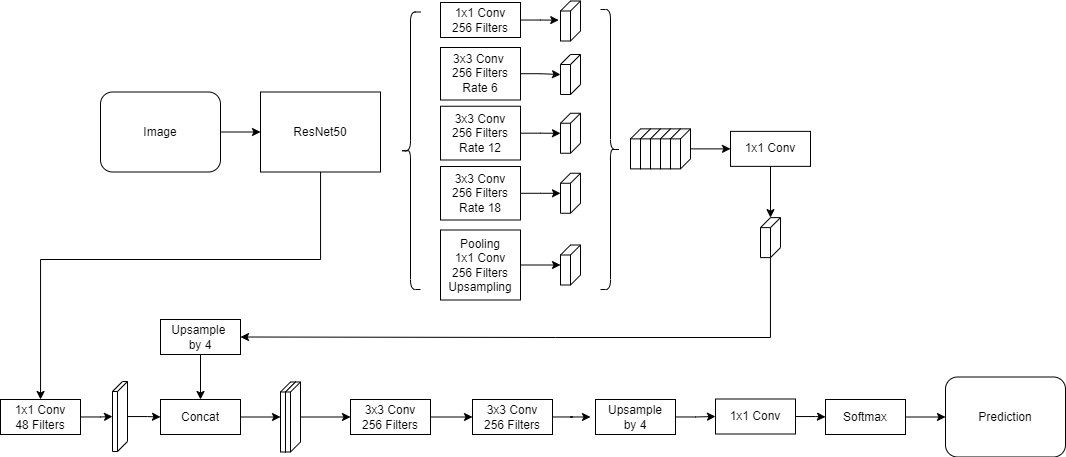
Earlier version of the draw.io export assets/images/NEXTPAGE/ARSI-128.png (realdanielalexander/semantic-segmentation). Source tidied: cells renumbered, new cells last; positions are measured from the earlier drawing's top-left corner, leaving out a move shared by most shapes. Source of this version:
```xml
<mxGraphModel>
  <root>
    <mxCell id="0" />
    <mxCell id="1" parent="0" />
    <mxCell id="2" style="edgeStyle=orthogonalEdgeStyle;rounded=0;jettySize=auto;html=1;" parent="1" edge="1" source="3" target="5">
      <mxGeometry relative="1" as="geometry" />
    </mxCell>
    <mxCell id="3" value="Image" style="rounded=1;whiteSpace=wrap;html=1;" parent="1" vertex="1">
      <mxGeometry x="100" y="90.5" width="120" height="80" as="geometry" />
    </mxCell>
    <mxCell id="4" style="edgeStyle=orthogonalEdgeStyle;rounded=0;jettySize=auto;html=1;" parent="1" edge="1" source="5" target="32">
      <mxGeometry relative="1" as="geometry">
        <Array as="points">
          <mxPoint x="320" y="258" />
          <mxPoint x="40" y="258" />
        </Array>
      </mxGeometry>
    </mxCell>
    <mxCell id="5" value="ResNet50" style="rounded=0;whiteSpace=wrap;html=1;" parent="1" vertex="1">
      <mxGeometry x="260" y="90.5" width="120" height="80" as="geometry" />
    </mxCell>
    <mxCell id="6" style="edgeStyle=orthogonalEdgeStyle;rounded=0;jettySize=auto;html=1;entryX=0.479;entryY=1.089;entryDx=0;entryDy=0;entryPerimeter=0;" parent="1" edge="1" source="7" target="17">
      <mxGeometry relative="1" as="geometry" />
    </mxCell>
    <mxCell id="7" value="1x1 Conv&lt;br&gt;256 Filters" style="rounded=0;whiteSpace=wrap;html=1;" parent="1" vertex="1">
      <mxGeometry x="440" y="1" width="80" height="35" as="geometry" />
    </mxCell>
    <mxCell id="8" style="edgeStyle=orthogonalEdgeStyle;rounded=0;jettySize=auto;html=1;" parent="1" edge="1" source="9" target="18">
      <mxGeometry relative="1" as="geometry" />
    </mxCell>
    <mxCell id="9" value="3x3 Conv &lt;br&gt;256 Filters&lt;br&gt;Rate 6" style="rounded=0;whiteSpace=wrap;html=1;" parent="1" vertex="1">
      <mxGeometry x="440" y="46" width="80" height="52.5" as="geometry" />
    </mxCell>
    <mxCell id="10" style="edgeStyle=orthogonalEdgeStyle;rounded=0;jettySize=auto;html=1;" parent="1" edge="1" source="11" target="19">
      <mxGeometry relative="1" as="geometry" />
    </mxCell>
    <mxCell id="11" value="3x3 Conv&lt;br&gt;256 Filters&lt;br&gt;Rate 12" style="rounded=0;whiteSpace=wrap;html=1;" parent="1" vertex="1">
      <mxGeometry x="440" y="104.8" width="80" height="53.8" as="geometry" />
    </mxCell>
    <mxCell id="12" style="edgeStyle=orthogonalEdgeStyle;rounded=0;jettySize=auto;html=1;" parent="1" edge="1" source="13" target="20">
      <mxGeometry relative="1" as="geometry" />
    </mxCell>
    <mxCell id="13" value="3x3 Conv&lt;br&gt;256 Filters&lt;br&gt;Rate 18" style="rounded=0;whiteSpace=wrap;html=1;" parent="1" vertex="1">
      <mxGeometry x="440" y="165" width="80" height="53.5" as="geometry" />
    </mxCell>
    <mxCell id="14" style="edgeStyle=orthogonalEdgeStyle;rounded=0;jettySize=auto;html=1;" parent="1" edge="1" source="15" target="21">
      <mxGeometry relative="1" as="geometry" />
    </mxCell>
    <mxCell id="15" value="Pooling&lt;br&gt;1x1 Conv&lt;br&gt;256 Filters&lt;br&gt;Upsampling" style="rounded=0;whiteSpace=wrap;html=1;" parent="1" vertex="1">
      <mxGeometry x="440" y="228.5" width="80" height="70" as="geometry" />
    </mxCell>
    <mxCell id="16" style="shape=curlyBracket;whiteSpace=wrap;html=1;rounded=1;" parent="1" vertex="1">
      <mxGeometry x="400" y="10.5" width="20" height="277.5" as="geometry" />
    </mxCell>
    <mxCell id="17" style="verticalAlign=top;align=left;spacingTop=8;spacingLeft=2;spacingRight=12;shape=cube;size=10;direction=south;fontStyle=4;html=1;" parent="1" vertex="1">
      <mxGeometry x="560" y="-0.5" width="20" height="40" as="geometry" />
    </mxCell>
    <mxCell id="18" style="verticalAlign=top;align=left;spacingTop=8;spacingLeft=2;spacingRight=12;shape=cube;size=10;direction=south;fontStyle=4;html=1;" parent="1" vertex="1">
      <mxGeometry x="560" y="53" width="20" height="40" as="geometry" />
    </mxCell>
    <mxCell id="19" style="verticalAlign=top;align=left;spacingTop=8;spacingLeft=2;spacingRight=12;shape=cube;size=10;direction=south;fontStyle=4;html=1;" parent="1" vertex="1">
      <mxGeometry x="560" y="111.8" width="20" height="40" as="geometry" />
    </mxCell>
    <mxCell id="20" style="verticalAlign=top;align=left;spacingTop=8;spacingLeft=2;spacingRight=12;shape=cube;size=10;direction=south;fontStyle=4;html=1;" parent="1" vertex="1">
      <mxGeometry x="560" y="171.8" width="20" height="40" as="geometry" />
    </mxCell>
    <mxCell id="21" style="verticalAlign=top;align=left;spacingTop=8;spacingLeft=2;spacingRight=12;shape=cube;size=10;direction=south;fontStyle=4;html=1;" parent="1" vertex="1">
      <mxGeometry x="560" y="243.5" width="20" height="40" as="geometry" />
    </mxCell>
    <mxCell id="22" style="verticalAlign=top;align=left;spacingTop=8;spacingLeft=2;spacingRight=12;shape=cube;size=10;direction=south;fontStyle=4;html=1;" parent="1" vertex="1">
      <mxGeometry x="630" y="127.4" width="20" height="40" as="geometry" />
    </mxCell>
    <mxCell id="23" style="verticalAlign=top;align=left;spacingTop=8;spacingLeft=2;spacingRight=12;shape=cube;size=10;direction=south;fontStyle=4;html=1;labelBackgroundColor=default;" parent="1" vertex="1">
      <mxGeometry x="640" y="127.4" width="20" height="40" as="geometry" />
    </mxCell>
    <mxCell id="24" style="verticalAlign=top;align=left;spacingTop=8;spacingLeft=2;spacingRight=12;shape=cube;size=10;direction=south;fontStyle=4;html=1;" parent="1" vertex="1">
      <mxGeometry x="650" y="127.4" width="20" height="40" as="geometry" />
    </mxCell>
    <mxCell id="25" style="verticalAlign=top;align=left;spacingTop=8;spacingLeft=2;spacingRight=12;shape=cube;size=10;direction=south;fontStyle=4;html=1;" parent="1" vertex="1">
      <mxGeometry x="660" y="127.4" width="20" height="40" as="geometry" />
    </mxCell>
    <mxCell id="26" style="edgeStyle=orthogonalEdgeStyle;rounded=0;jettySize=auto;html=1;" parent="1" edge="1" source="27" target="30">
      <mxGeometry relative="1" as="geometry" />
    </mxCell>
    <mxCell id="27" style="verticalAlign=top;align=left;spacingTop=8;spacingLeft=2;spacingRight=12;shape=cube;size=10;direction=south;fontStyle=4;html=1;" parent="1" vertex="1">
      <mxGeometry x="670" y="127.4" width="20" height="40" as="geometry" />
    </mxCell>
    <mxCell id="28" style="shape=curlyBracket;whiteSpace=wrap;html=1;rounded=1;flipH=1;labelBackgroundColor=none;labelBorderColor=none;" parent="1" vertex="1">
      <mxGeometry x="600" y="8" width="20" height="280" as="geometry" />
    </mxCell>
    <mxCell id="29" style="edgeStyle=orthogonalEdgeStyle;rounded=0;jettySize=auto;html=1;" parent="1" edge="1" source="30" target="36">
      <mxGeometry relative="1" as="geometry" />
    </mxCell>
    <mxCell id="30" value="1x1 Conv" style="rounded=0;whiteSpace=wrap;html=1;" parent="1" vertex="1">
      <mxGeometry x="730" y="129.9" width="80" height="35" as="geometry" />
    </mxCell>
    <mxCell id="31" style="edgeStyle=orthogonalEdgeStyle;rounded=0;jettySize=auto;html=1;" parent="1" edge="1" source="32" target="34">
      <mxGeometry relative="1" as="geometry" />
    </mxCell>
    <mxCell id="32" value="1x1 Conv&lt;br&gt;48 Filters" style="rounded=0;whiteSpace=wrap;html=1;" parent="1" vertex="1">
      <mxGeometry y="398" width="80" height="35" as="geometry" />
    </mxCell>
    <mxCell id="33" style="edgeStyle=orthogonalEdgeStyle;rounded=0;jettySize=auto;html=1;" parent="1" edge="1" source="34" target="40">
      <mxGeometry relative="1" as="geometry" />
    </mxCell>
    <mxCell id="34" style="verticalAlign=top;align=left;spacingTop=8;spacingLeft=2;spacingRight=12;shape=cube;size=10;direction=south;fontStyle=4;html=1;" parent="1" vertex="1">
      <mxGeometry x="112" y="380" width="15" height="70" as="geometry" />
    </mxCell>
    <mxCell id="35" style="edgeStyle=orthogonalEdgeStyle;rounded=0;jettySize=auto;html=1;entryX=1;entryY=0.5;entryDx=0;entryDy=0;" parent="1" edge="1" source="36" target="38">
      <mxGeometry relative="1" as="geometry">
        <Array as="points">
          <mxPoint x="770" y="336" />
          <mxPoint x="555" y="336" />
        </Array>
      </mxGeometry>
    </mxCell>
    <mxCell id="36" style="verticalAlign=top;align=left;spacingTop=8;spacingLeft=2;spacingRight=12;shape=cube;size=10;direction=south;fontStyle=4;html=1;" parent="1" vertex="1">
      <mxGeometry x="760" y="216.1" width="20" height="40" as="geometry" />
    </mxCell>
    <mxCell id="37" style="edgeStyle=orthogonalEdgeStyle;rounded=0;jettySize=auto;html=1;entryX=0.5;entryY=0;entryDx=0;entryDy=0;" parent="1" edge="1" source="38" target="40">
      <mxGeometry relative="1" as="geometry" />
    </mxCell>
    <mxCell id="38" value="Upsample &lt;br&gt;by 4" style="rounded=0;whiteSpace=wrap;html=1;" parent="1" vertex="1">
      <mxGeometry x="160" y="318" width="80" height="35" as="geometry" />
    </mxCell>
    <mxCell id="39" style="edgeStyle=orthogonalEdgeStyle;rounded=0;jettySize=auto;html=1;" parent="1" edge="1" source="40" target="41">
      <mxGeometry relative="1" as="geometry" />
    </mxCell>
    <mxCell id="40" value="Concat" style="rounded=0;whiteSpace=wrap;html=1;" parent="1" vertex="1">
      <mxGeometry x="160" y="398" width="80" height="35" as="geometry" />
    </mxCell>
    <mxCell id="41" style="verticalAlign=top;align=left;spacingTop=8;spacingLeft=2;spacingRight=12;shape=cube;size=10;direction=south;fontStyle=4;html=1;" parent="1" vertex="1">
      <mxGeometry x="280" y="380.5" width="15" height="70" as="geometry" />
    </mxCell>
    <mxCell id="42" style="edgeStyle=orthogonalEdgeStyle;rounded=0;jettySize=auto;html=1;" parent="1" edge="1" source="43" target="45">
      <mxGeometry relative="1" as="geometry" />
    </mxCell>
    <mxCell id="43" style="verticalAlign=top;align=left;spacingTop=8;spacingLeft=2;spacingRight=12;shape=cube;size=10;direction=south;fontStyle=4;html=1;" parent="1" vertex="1">
      <mxGeometry x="285" y="380.5" width="15" height="70" as="geometry" />
    </mxCell>
    <mxCell id="44" style="edgeStyle=orthogonalEdgeStyle;rounded=0;jettySize=auto;html=1;" parent="1" edge="1" source="45" target="54">
      <mxGeometry relative="1" as="geometry" />
    </mxCell>
    <mxCell id="45" value="3x3 Conv&lt;br&gt;256 Filters" style="rounded=0;whiteSpace=wrap;html=1;" parent="1" vertex="1">
      <mxGeometry x="350" y="398" width="80" height="35" as="geometry" />
    </mxCell>
    <mxCell id="46" style="edgeStyle=orthogonalEdgeStyle;rounded=0;jettySize=auto;html=1;" parent="1" edge="1" source="47">
      <mxGeometry relative="1" as="geometry">
        <mxPoint x="715" y="415" as="targetPoint" />
      </mxGeometry>
    </mxCell>
    <mxCell id="47" value="Upsample&lt;br&gt;by 4" style="rounded=0;whiteSpace=wrap;html=1;" parent="1" vertex="1">
      <mxGeometry x="595" y="398" width="80" height="35" as="geometry" />
    </mxCell>
    <mxCell id="48" style="edgeStyle=orthogonalEdgeStyle;rounded=0;jettySize=auto;html=1;" parent="1" edge="1" source="49" target="51">
      <mxGeometry relative="1" as="geometry" />
    </mxCell>
    <mxCell id="49" value="1x1 Conv" style="rounded=0;whiteSpace=wrap;html=1;" parent="1" vertex="1">
      <mxGeometry x="715" y="397.5" width="80" height="35" as="geometry" />
    </mxCell>
    <mxCell id="50" style="edgeStyle=orthogonalEdgeStyle;rounded=0;jettySize=auto;html=1;" parent="1" edge="1" source="51" target="52">
      <mxGeometry relative="1" as="geometry" />
    </mxCell>
    <mxCell id="51" value="Softmax" style="rounded=0;whiteSpace=wrap;html=1;" parent="1" vertex="1">
      <mxGeometry x="825" y="398" width="80" height="35" as="geometry" />
    </mxCell>
    <mxCell id="52" value="Prediction" style="rounded=1;whiteSpace=wrap;html=1;" parent="1" vertex="1">
      <mxGeometry x="945" y="375.5" width="120" height="80" as="geometry" />
    </mxCell>
    <mxCell id="53" style="edgeStyle=orthogonalEdgeStyle;rounded=0;jettySize=auto;html=1;" parent="1" edge="1" source="54">
      <mxGeometry relative="1" as="geometry">
        <mxPoint x="590" y="415.5" as="targetPoint" />
      </mxGeometry>
    </mxCell>
    <mxCell id="54" value="3x3 Conv&lt;br&gt;256 Filters" style="rounded=0;whiteSpace=wrap;html=1;" parent="1" vertex="1">
      <mxGeometry x="472" y="398" width="80" height="35" as="geometry" />
    </mxCell>
  </root>
</mxGraphModel>
```
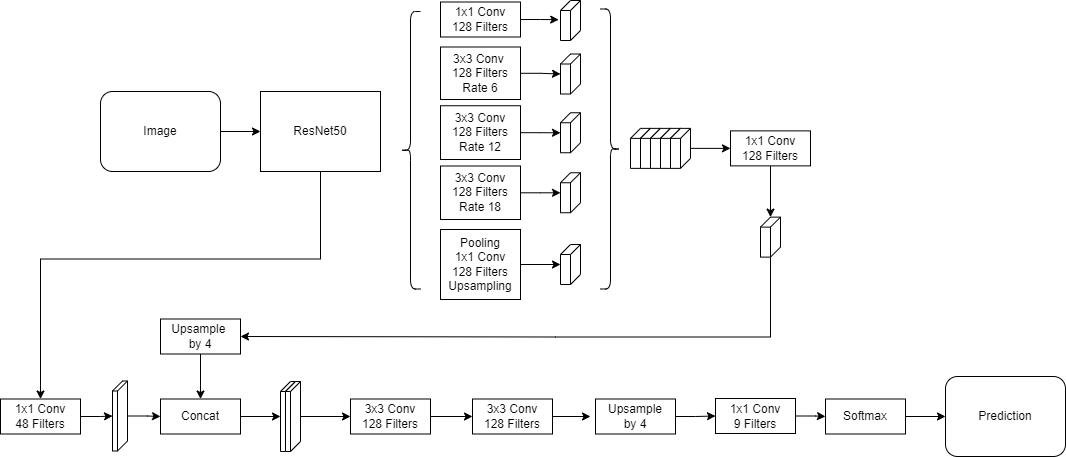
The same file after the commit.

Change to the diagram source:
```diff
@@ -22,31 +22,31 @@
     <mxCell id="6" style="edgeStyle=orthogonalEdgeStyle;rounded=0;jettySize=auto;html=1;entryX=0.479;entryY=1.089;entryDx=0;entryDy=0;entryPerimeter=0;" parent="1" edge="1" source="7" target="17">
       <mxGeometry relative="1" as="geometry" />
     </mxCell>
-    <mxCell id="7" value="1x1 Conv&lt;br&gt;256 Filters" style="rounded=0;whiteSpace=wrap;html=1;" parent="1" vertex="1">
+    <mxCell id="7" value="1x1 Conv&lt;br&gt;128 Filters" style="rounded=0;whiteSpace=wrap;html=1;" parent="1" vertex="1">
       <mxGeometry x="440" y="1" width="80" height="35" as="geometry" />
     </mxCell>
     <mxCell id="8" style="edgeStyle=orthogonalEdgeStyle;rounded=0;jettySize=auto;html=1;" parent="1" edge="1" source="9" target="18">
       <mxGeometry relative="1" as="geometry" />
     </mxCell>
-    <mxCell id="9" value="3x3 Conv &lt;br&gt;256 Filters&lt;br&gt;Rate 6" style="rounded=0;whiteSpace=wrap;html=1;" parent="1" vertex="1">
+    <mxCell id="9" value="3x3 Conv &lt;br&gt;128 Filters&lt;br&gt;Rate 6" style="rounded=0;whiteSpace=wrap;html=1;" parent="1" vertex="1">
       <mxGeometry x="440" y="46" width="80" height="52.5" as="geometry" />
     </mxCell>
     <mxCell id="10" style="edgeStyle=orthogonalEdgeStyle;rounded=0;jettySize=auto;html=1;" parent="1" edge="1" source="11" target="19">
       <mxGeometry relative="1" as="geometry" />
     </mxCell>
-    <mxCell id="11" value="3x3 Conv&lt;br&gt;256 Filters&lt;br&gt;Rate 12" style="rounded=0;whiteSpace=wrap;html=1;" parent="1" vertex="1">
+    <mxCell id="11" value="3x3 Conv&lt;br&gt;128 Filters&lt;br&gt;Rate 12" style="rounded=0;whiteSpace=wrap;html=1;" parent="1" vertex="1">
       <mxGeometry x="440" y="104.8" width="80" height="53.8" as="geometry" />
     </mxCell>
     <mxCell id="12" style="edgeStyle=orthogonalEdgeStyle;rounded=0;jettySize=auto;html=1;" parent="1" edge="1" source="13" target="20">
       <mxGeometry relative="1" as="geometry" />
     </mxCell>
-    <mxCell id="13" value="3x3 Conv&lt;br&gt;256 Filters&lt;br&gt;Rate 18" style="rounded=0;whiteSpace=wrap;html=1;" parent="1" vertex="1">
+    <mxCell id="13" value="3x3 Conv&lt;br&gt;128&amp;nbsp;Filters&lt;br&gt;Rate 18" style="rounded=0;whiteSpace=wrap;html=1;" parent="1" vertex="1">
       <mxGeometry x="440" y="165" width="80" height="53.5" as="geometry" />
     </mxCell>
     <mxCell id="14" style="edgeStyle=orthogonalEdgeStyle;rounded=0;jettySize=auto;html=1;" parent="1" edge="1" source="15" target="21">
       <mxGeometry relative="1" as="geometry" />
     </mxCell>
-    <mxCell id="15" value="Pooling&lt;br&gt;1x1 Conv&lt;br&gt;256 Filters&lt;br&gt;Upsampling" style="rounded=0;whiteSpace=wrap;html=1;" parent="1" vertex="1">
+    <mxCell id="15" value="Pooling&lt;br&gt;1x1 Conv&lt;br&gt;128 Filters&lt;br&gt;Upsampling" style="rounded=0;whiteSpace=wrap;html=1;" parent="1" vertex="1">
       <mxGeometry x="440" y="228.5" width="80" height="70" as="geometry" />
     </mxCell>
     <mxCell id="16" style="shape=curlyBracket;whiteSpace=wrap;html=1;rounded=1;" parent="1" vertex="1">
@@ -91,7 +91,7 @@
     <mxCell id="29" style="edgeStyle=orthogonalEdgeStyle;rounded=0;jettySize=auto;html=1;" parent="1" edge="1" source="30" target="36">
       <mxGeometry relative="1" as="geometry" />
     </mxCell>
-    <mxCell id="30" value="1x1 Conv" style="rounded=0;whiteSpace=wrap;html=1;" parent="1" vertex="1">
+    <mxCell id="30" value="1x1 Conv&lt;br&gt;128 Filters" style="rounded=0;whiteSpace=wrap;html=1;" parent="1" vertex="1">
       <mxGeometry x="730" y="129.9" width="80" height="35" as="geometry" />
     </mxCell>
     <mxCell id="31" style="edgeStyle=orthogonalEdgeStyle;rounded=0;jettySize=auto;html=1;" parent="1" edge="1" source="32" target="34">
@@ -141,7 +141,7 @@
     <mxCell id="44" style="edgeStyle=orthogonalEdgeStyle;rounded=0;jettySize=auto;html=1;" parent="1" edge="1" source="45" target="54">
       <mxGeometry relative="1" as="geometry" />
     </mxCell>
-    <mxCell id="45" value="3x3 Conv&lt;br&gt;256 Filters" style="rounded=0;whiteSpace=wrap;html=1;" parent="1" vertex="1">
+    <mxCell id="45" value="3x3 Conv&lt;br&gt;128 Filters" style="rounded=0;whiteSpace=wrap;html=1;" parent="1" vertex="1">
       <mxGeometry x="350" y="398" width="80" height="35" as="geometry" />
     </mxCell>
     <mxCell id="46" style="edgeStyle=orthogonalEdgeStyle;rounded=0;jettySize=auto;html=1;" parent="1" edge="1" source="47">
@@ -155,7 +155,7 @@
     <mxCell id="48" style="edgeStyle=orthogonalEdgeStyle;rounded=0;jettySize=auto;html=1;" parent="1" edge="1" source="49" target="51">
       <mxGeometry relative="1" as="geometry" />
     </mxCell>
-    <mxCell id="49" value="1x1 Conv" style="rounded=0;whiteSpace=wrap;html=1;" parent="1" vertex="1">
+    <mxCell id="49" value="1x1 Conv&lt;br&gt;9 Filters" style="rounded=0;whiteSpace=wrap;html=1;" parent="1" vertex="1">
       <mxGeometry x="715" y="397.5" width="80" height="35" as="geometry" />
     </mxCell>
     <mxCell id="50" style="edgeStyle=orthogonalEdgeStyle;rounded=0;jettySize=auto;html=1;" parent="1" edge="1" source="51" target="52">
@@ -172,7 +172,7 @@
         <mxPoint x="590" y="415.5" as="targetPoint" />
       </mxGeometry>
     </mxCell>
-    <mxCell id="54" value="3x3 Conv&lt;br&gt;256 Filters" style="rounded=0;whiteSpace=wrap;html=1;" parent="1" vertex="1">
+    <mxCell id="54" value="3x3 Conv&lt;br&gt;128 Filters" style="rounded=0;whiteSpace=wrap;html=1;" parent="1" vertex="1">
       <mxGeometry x="472" y="398" width="80" height="35" as="geometry" />
     </mxCell>
   </root>
```
